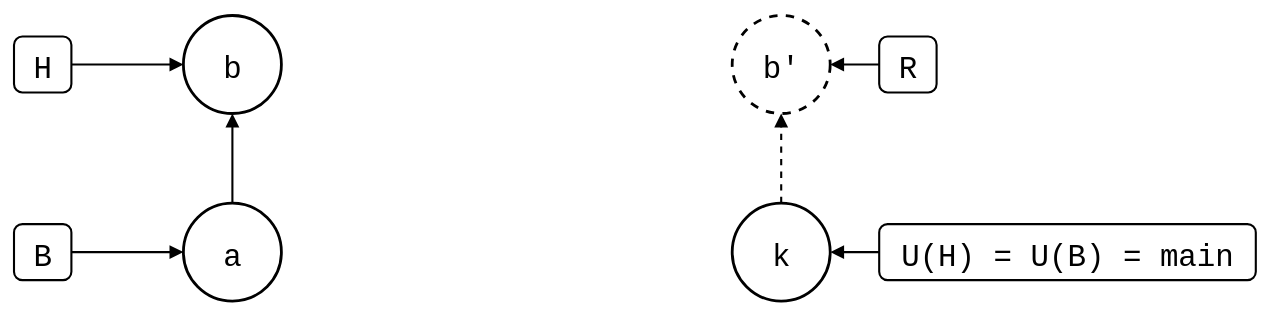
The draw.io diagram test/scenarios/up-to-date/push-ahead/feature-branch-from-main/feature-branch-from-main.drawio.svg in roschaefer/git-splice, before a commit. Source tidied: cells renumbered, new cells last; positions are measured from the earlier drawing's top-left corner, leaving out a move shared by most shapes. The source it was exported from:
```xml
<mxGraphModel background="#ffffff">
  <root>
    <mxCell id="0" />
    <mxCell id="1" parent="0" />
    <mxCell id="2" value="a" style="ellipse;strokeWidth=2;fontSize=22;fontFamily=Roboto Mono,monospace;" parent="1" vertex="1">
      <mxGeometry x="121" y="134" width="70" height="70" as="geometry" />
    </mxCell>
    <mxCell id="3" value="b" style="ellipse;strokeWidth=2;fontSize=22;fontFamily=Roboto Mono,monospace;" parent="1" vertex="1">
      <mxGeometry x="121" width="70" height="70" as="geometry" />
    </mxCell>
    <mxCell id="4" value="k" style="ellipse;strokeWidth=2;fontSize=22;fontFamily=Roboto Mono,monospace;" parent="1" vertex="1">
      <mxGeometry x="513" y="134" width="70" height="70" as="geometry" />
    </mxCell>
    <mxCell id="5" value="b'" style="ellipse;strokeWidth=2;fontSize=22;fontFamily=Roboto Mono,monospace;dashed=1;" parent="1" vertex="1">
      <mxGeometry x="513" width="70" height="70" as="geometry" />
    </mxCell>
    <mxCell id="6" value="H" style="rounded=1;strokeWidth=1.5;fontSize=22;fontFamily=Roboto Mono,monospace;" parent="1" vertex="1">
      <mxGeometry y="15" width="41" height="40" as="geometry" />
    </mxCell>
    <mxCell id="7" style="endArrow=block;endFill=1;html=1;strokeWidth=1.5;rounded=0;" parent="1" edge="1" source="6" target="3">
      <mxGeometry relative="1" as="geometry" />
    </mxCell>
    <mxCell id="8" value="B" style="rounded=1;strokeWidth=1.5;fontSize=22;fontFamily=Roboto Mono,monospace;" parent="1" vertex="1">
      <mxGeometry y="149" width="41" height="40" as="geometry" />
    </mxCell>
    <mxCell id="9" style="endArrow=block;endFill=1;html=1;strokeWidth=1.5;rounded=0;" parent="1" edge="1" source="8" target="2">
      <mxGeometry relative="1" as="geometry" />
    </mxCell>
    <mxCell id="10" value="U(H) = U(B) = main" style="rounded=1;strokeWidth=1.5;fontSize=22;fontFamily=Roboto Mono,monospace;" parent="1" vertex="1">
      <mxGeometry x="618" y="149" width="269" height="40" as="geometry" />
    </mxCell>
    <mxCell id="11" style="endArrow=block;endFill=1;html=1;strokeWidth=1.5;rounded=0;" parent="1" edge="1" source="10" target="4">
      <mxGeometry relative="1" as="geometry" />
    </mxCell>
    <mxCell id="12" value="R" style="rounded=1;strokeWidth=1.5;fontSize=22;fontFamily=Roboto Mono,monospace;" parent="1" vertex="1">
      <mxGeometry x="618" y="15" width="41" height="40" as="geometry" />
    </mxCell>
    <mxCell id="13" style="endArrow=block;endFill=1;html=1;strokeWidth=1.5;rounded=0;" parent="1" edge="1" source="12" target="5">
      <mxGeometry relative="1" as="geometry" />
    </mxCell>
    <mxCell id="14" style="endArrow=block;endFill=1;html=1;strokeWidth=1.5;rounded=0;" parent="1" edge="1" source="2" target="3">
      <mxGeometry relative="1" as="geometry" />
    </mxCell>
    <mxCell id="15" style="endArrow=block;endFill=1;html=1;strokeWidth=1.5;rounded=0;dashed=1;" parent="1" edge="1" source="4" target="5">
      <mxGeometry relative="1" as="geometry" />
    </mxCell>
  </root>
</mxGraphModel>
```
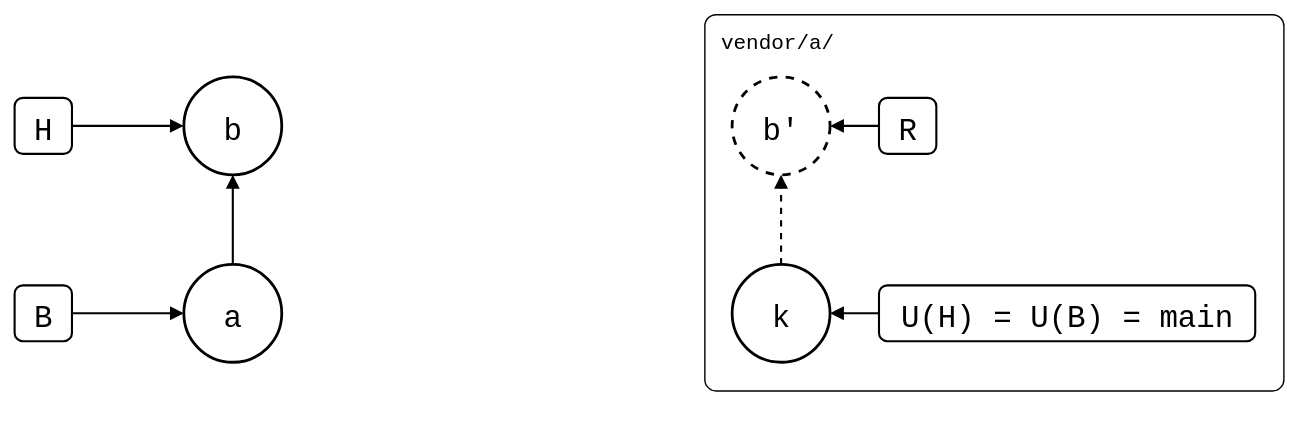
After the commit.

The edit, as a diff of the source:
```diff
@@ -2,6 +2,9 @@
   <root>
     <mxCell id="0" />
     <mxCell id="1" parent="0" />
+    <mxCell id="16" value="vendor/a/" style="rounded=1;arcSize=3;fillColor=none;strokeWidth=1;fontSize=15;verticalAlign=top;align=left;spacingLeft=10;spacingTop=4;fontFamily=Roboto Mono,monospace;" parent="1" vertex="1">
+      <mxGeometry x="493" y="-45" width="414" height="269" as="geometry" />
+    </mxCell>
     <mxCell id="2" value="a" style="ellipse;strokeWidth=2;fontSize=22;fontFamily=Roboto Mono,monospace;" parent="1" vertex="1">
       <mxGeometry x="121" y="134" width="70" height="70" as="geometry" />
     </mxCell>
```
